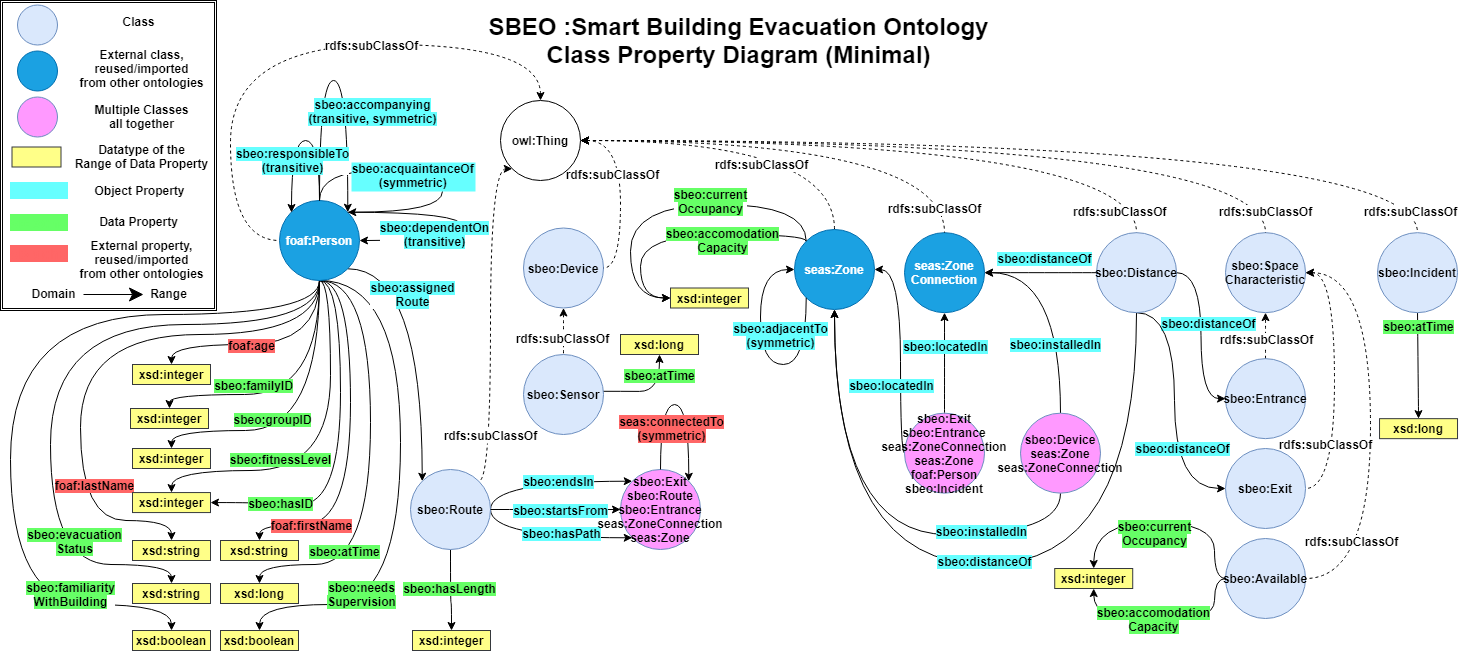
This is Figures/SBEO_Class_Property_Diagram_Minimal.png from qasimkhalid/SBEO, a draw.io export, as it was before one commit. Source tidied: cells renumbered, new cells last; positions are measured from the earlier drawing's top-left corner, leaving out a move shared by most shapes.
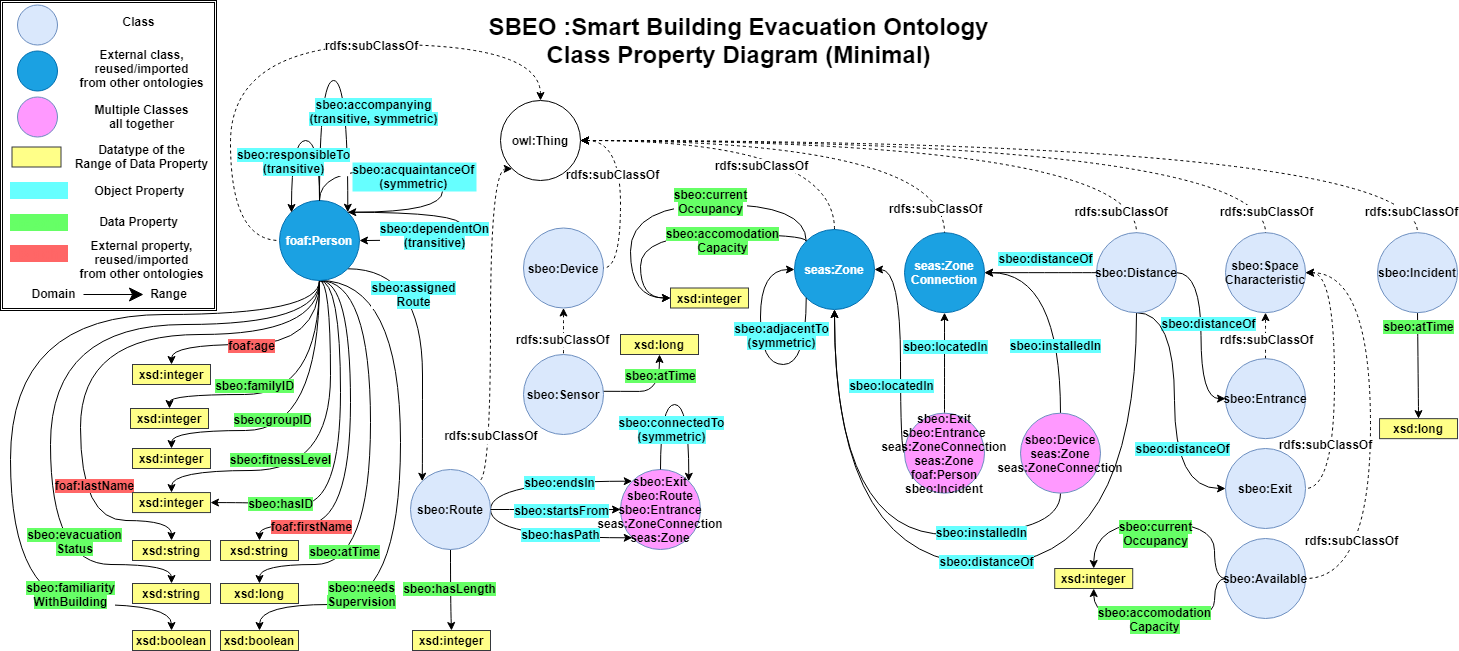
After the commit.

Diff of the diagram source:
```diff
@@ -643,9 +643,9 @@
         </Array>
       </mxGeometry>
     </mxCell>
-    <mxCell id="116" value="&lt;span style=&quot;background-color: rgb(255 , 102 , 102)&quot;&gt;seas:connectedTo&lt;/span&gt;&lt;br&gt;&lt;span style=&quot;background-color: rgb(255 , 102 , 102)&quot;&gt;(symmetric)&lt;/span&gt;" style="text;html=1;align=center;verticalAlign=middle;labelBackgroundColor=#ffffff;fontStyle=1;" parent="115" vertex="1">
+    <mxCell id="116" value="&lt;span style=&quot;background-color: rgb(102 , 255 , 255)&quot;&gt;sbeo:connectedTo&lt;br&gt;(symmetric&lt;/span&gt;&lt;span style=&quot;background-color: rgb(102 , 255 , 255)&quot;&gt;)&lt;/span&gt;" style="text;html=1;align=center;verticalAlign=middle;labelBackgroundColor=#ffffff;fontStyle=1;" parent="115" vertex="1">
       <mxGeometry x="0.45" y="-1" relative="1" as="geometry">
-        <mxPoint x="-17.3" y="-6.2" as="offset" />
+        <mxPoint x="-17.3" y="-6" as="offset" />
       </mxGeometry>
     </mxCell>
     <mxCell id="117" style="edgeStyle=orthogonalEdgeStyle;curved=1;comic=0;jettySize=auto;html=1;entryX=0.5;entryY=1;entryDx=0;entryDy=0;shadow=0;startArrow=none;startFill=0;endArrow=classic;endFill=1;fontColor=#000000;exitX=0.5;exitY=0;exitDx=0;exitDy=0;fontStyle=1;" parent="1" edge="1" source="121" target="5">
```
